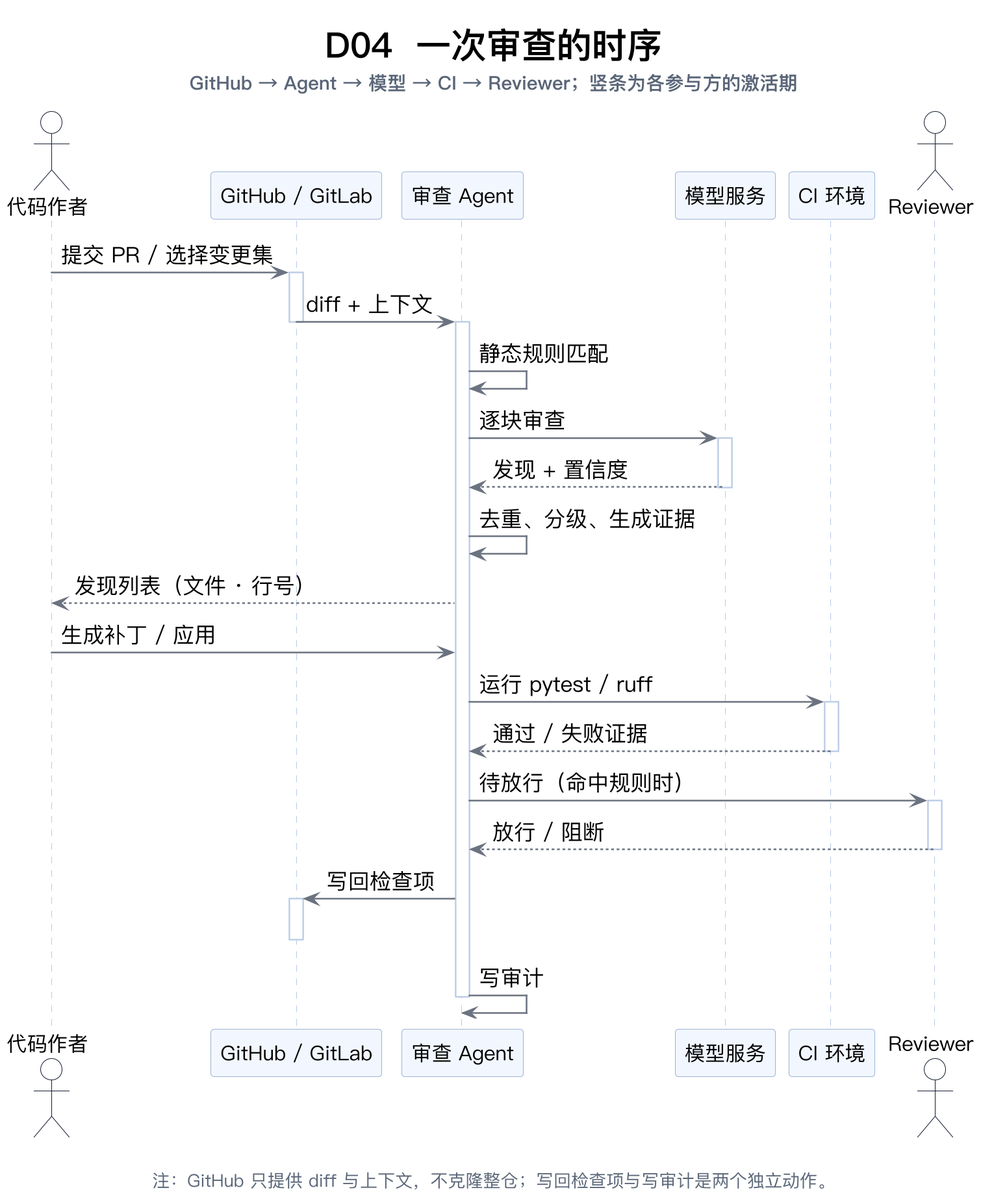
This is 可信代码审查Agent/03_可编辑源文件/PlantUML/D04_一次审查时序图.png from yemuxue/code-review-agent, a PlantUML export, as it was before one commit.
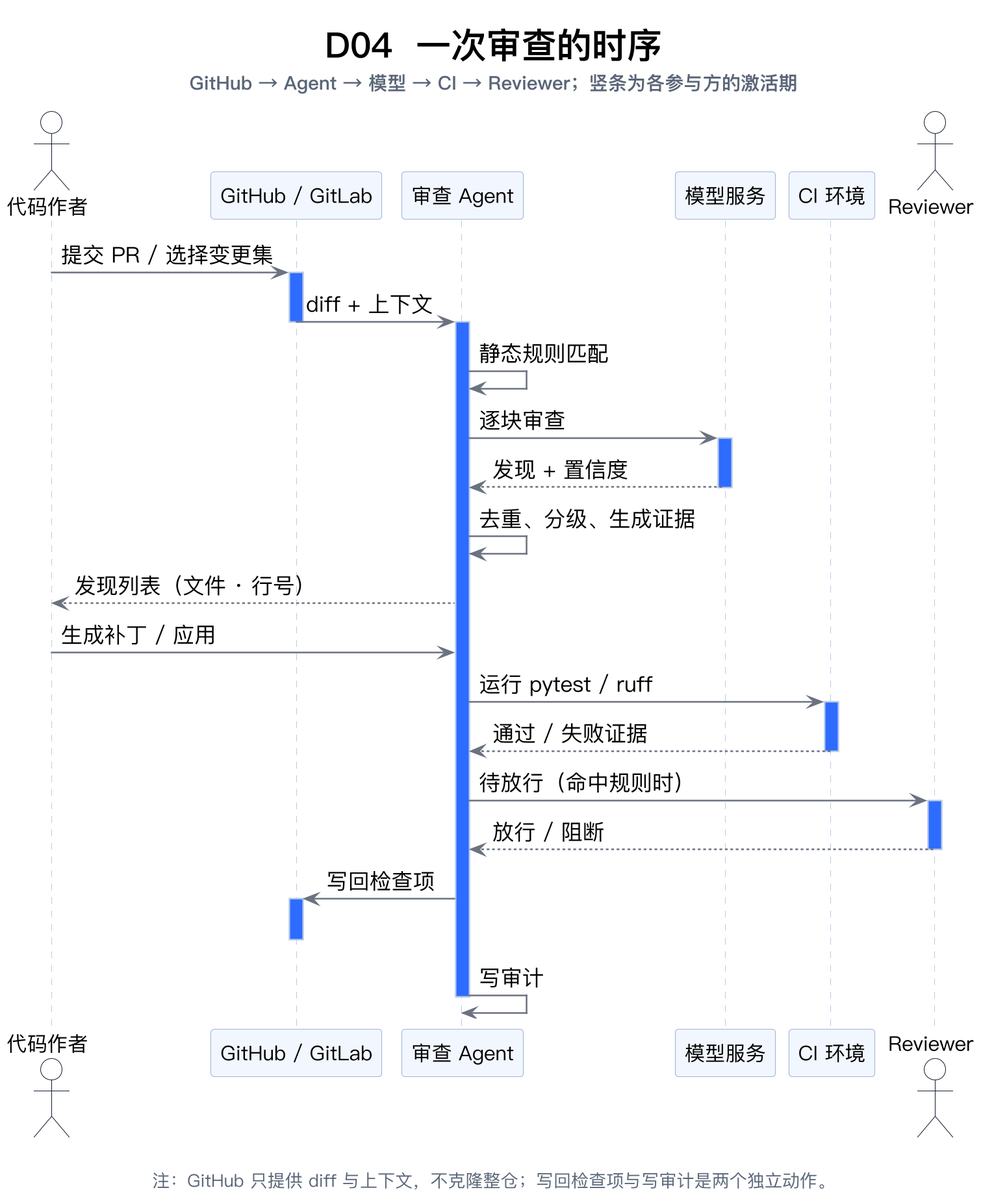
After the commit.

Commit message:
style(atlas): 时序图激活条改为蓝色实心

Change to the diagram source:
```diff
@@ -4,6 +4,7 @@
 skinparam sequence {
   ArrowColor #6B7280
   LifeLineBorderColor #B9CBE6
+  ActorBorderColor #172033
   LifeLineBackgroundColor #FFFFFF
   ParticipantBackgroundColor #F2F7FF
   ParticipantBorderColor #9FB4D6
@@ -21,14 +22,14 @@
 actor "Reviewer" as R
 
 U -> G : 提交 PR / 选择变更集
-activate G
+activate G #2E6BFF
 G -> A : diff + 上下文
 deactivate G
 
-activate A
+activate A #2E6BFF
 A -> A : 静态规则匹配
 A -> M : 逐块审查
-activate M
+activate M #2E6BFF
 M --> A : 发现 + 置信度
 deactivate M
 A -> A : 去重、分级、生成证据
@@ -36,17 +37,17 @@
 
 U -> A : 生成补丁 / 应用
 A -> C : 运行 pytest / ruff
-activate C
+activate C #2E6BFF
 C --> A : 通过 / 失败证据
 deactivate C
 
 A -> R : 待放行（命中规则时）
-activate R
+activate R #2E6BFF
 R --> A : 放行 / 阻断
 deactivate R
 
 A -> G : 写回检查项
-activate G
+activate G #2E6BFF
 deactivate G
 
 A -> A : 写审计
```
